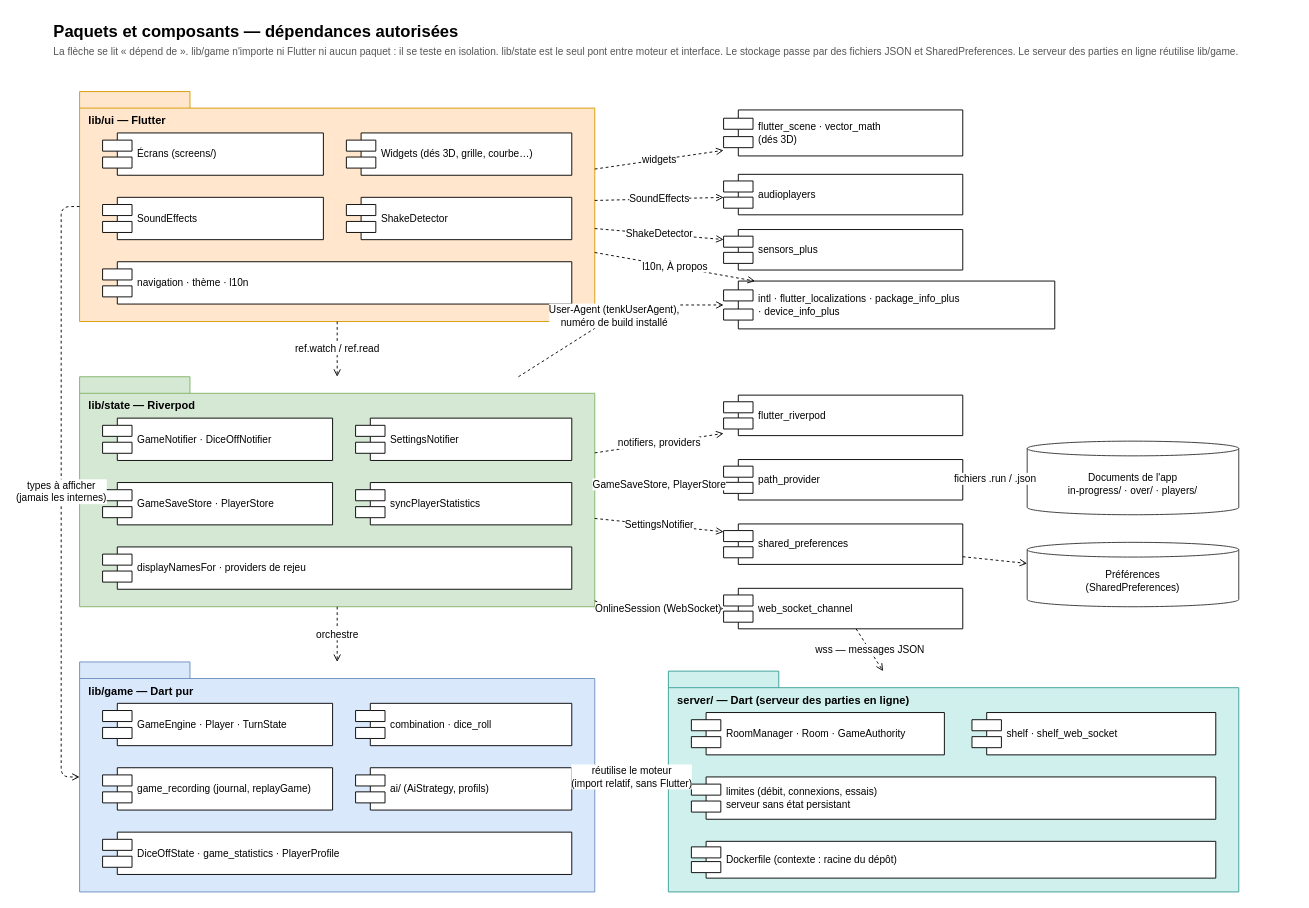
microscotch/tenk keeps this draw.io diagram as docs/uml/components.drawio. Above is the earlier version. Source tidied: cells renumbered, new cells numbered last; positions are measured from the earlier drawing's top-left corner, leaving out a move shared by most shapes. Both pictures are drawn from the tidied source at 92%, with x=0, y=0 at pixel (52, 16).
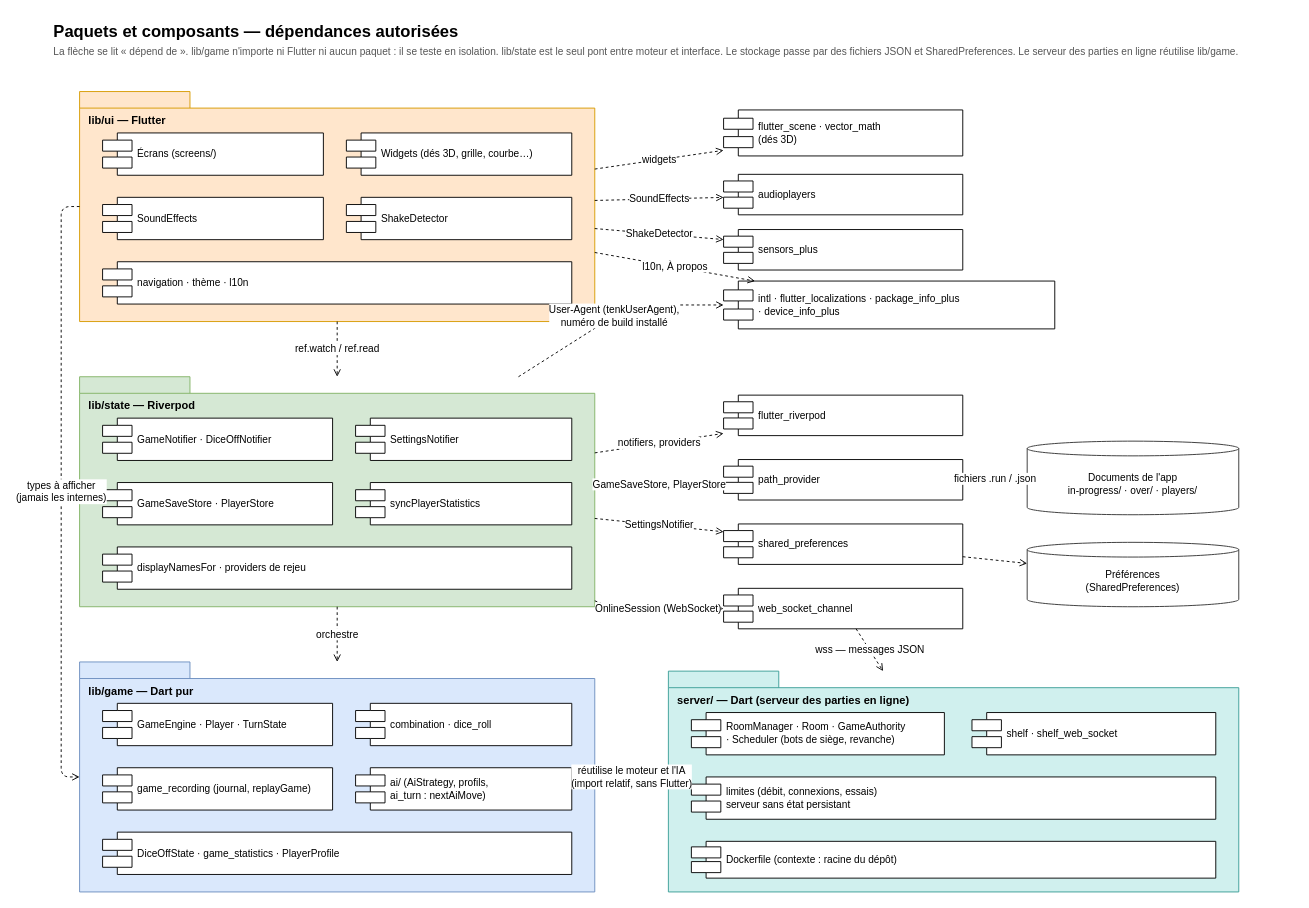
After the change.

The change refers to these unchanged cells:
```xml
<mxCell id="16" value="lib/game — Dart pur" style="shape=folder;tabWidth=120;tabHeight=18;tabPosition=left;whiteSpace=wrap;html=1;fontSize=12;fontStyle=1;verticalAlign=top;align=left;spacingLeft=8;spacingTop=18;fillColor=#dae8fc;strokeColor=#6c8ebf;" parent="1" vertex="1">
  <mxGeometry x="30" y="702" width="560" height="250" as="geometry" />
</mxCell>
<mxCell id="44" value="server/ — Dart (serveur des parties en ligne)" style="shape=folder;tabWidth=120;tabHeight=18;tabPosition=left;whiteSpace=wrap;html=1;fontSize=12;fontStyle=1;verticalAlign=top;align=left;spacingLeft=8;spacingTop=18;fillColor=#d0f0ee;strokeColor=#3a9d97;" parent="1" vertex="1">
  <mxGeometry x="670" y="712" width="620" height="240" as="geometry" />
</mxCell>
```

What changed in the source:
```diff
@@
-    <mxCell id="20" value="ai/ (AiStrategy, profils)" style="shape=component;align=left;spacingLeft=36;whiteSpace=wrap;html=1;fontSize=11;" parent="1" vertex="1">
+    <mxCell id="20" value="ai/ (AiStrategy, profils,&lt;br/&gt;ai_turn : nextAiMove)" style="shape=component;align=left;spacingLeft=36;whiteSpace=wrap;html=1;fontSize=11;" parent="1" vertex="1">
       <mxGeometry x="330" y="817" width="235" height="46" as="geometry" />
     </mxCell>
@@
-    <mxCell id="45" value="RoomManager · Room · GameAuthority" style="shape=component;align=left;spacingLeft=36;whiteSpace=wrap;html=1;fontSize=11;" parent="1" vertex="1">
+    <mxCell id="45" value="RoomManager · Room · GameAuthority&lt;br/&gt;· Scheduler (bots de siège, revanche)" style="shape=component;align=left;spacingLeft=36;whiteSpace=wrap;html=1;fontSize=11;" parent="1" vertex="1">
       <mxGeometry x="695" y="757" width="275" height="46" as="geometry" />
     </mxCell>
@@
-    <mxCell id="49" value="réutilise le moteur&lt;br/&gt;(import relatif, sans Flutter)" style="endArrow=open;endFill=0;dashed=1;html=1;fontSize=11;labelBackgroundColor=#ffffff;rounded=1;" parent="1" edge="1" source="44" target="16">
+    <mxCell id="49" value="réutilise le moteur et l'IA&lt;br/&gt;(import relatif, sans Flutter)" style="endArrow=open;endFill=0;dashed=1;html=1;fontSize=11;labelBackgroundColor=#ffffff;rounded=1;" parent="1" edge="1" source="44" target="16">
       <mxGeometry relative="1" as="geometry">
         <Array as="points">
           <mxPoint x="630" y="827" />
         </Array>
       </mxGeometry>
     </mxCell>
```
